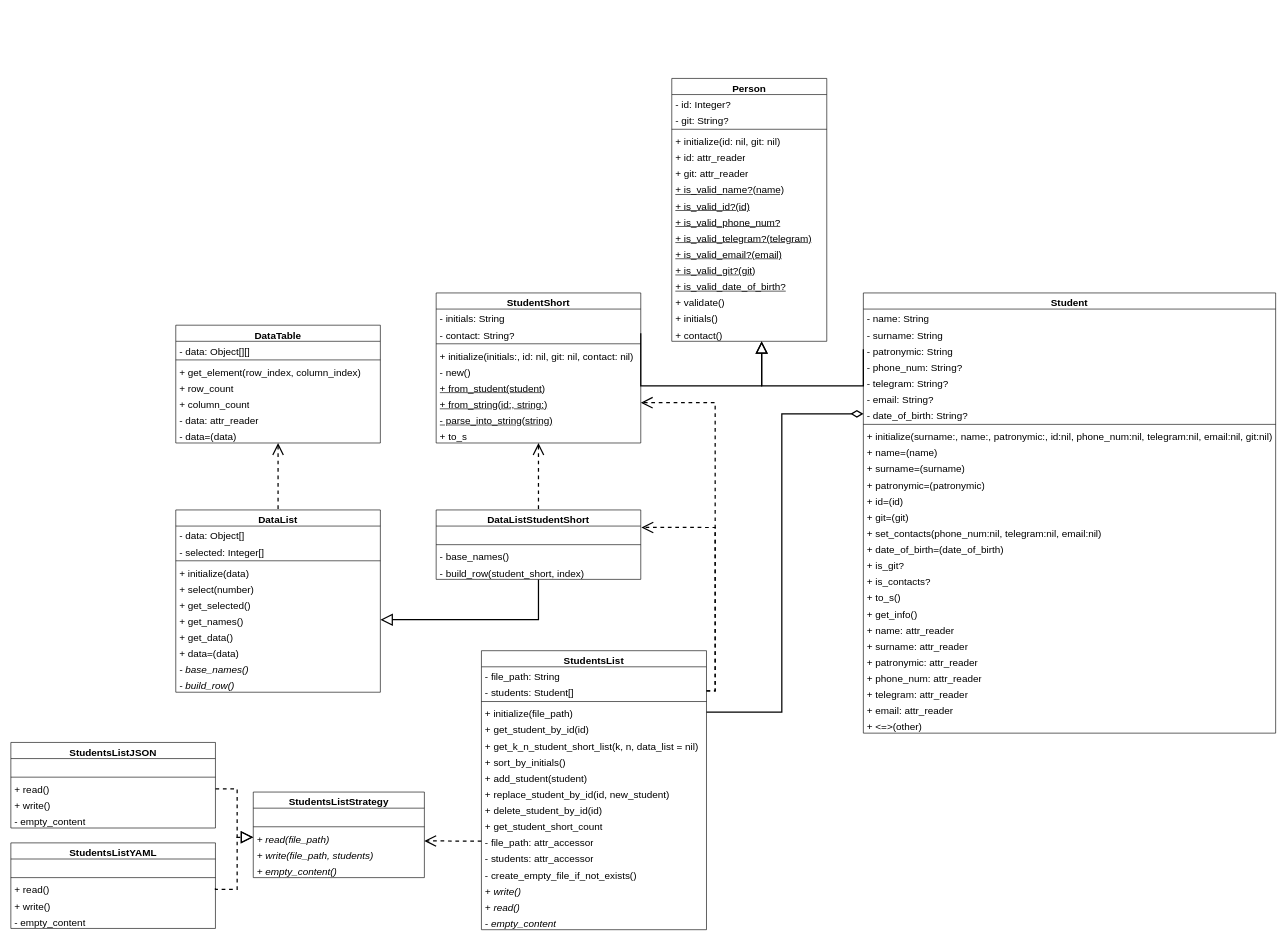
Before: Class Student/Media/Диаграмма классов.drawio in eatdetey/designPatterns, a draw.io diagram. Source tidied: cells renumbered, new cells numbered last; positions are measured from the earlier drawing's top-left corner, leaving out a move shared by most shapes. Both pictures are drawn from the tidied source at 62%, with x=0, y=0 at pixel (11, 78).
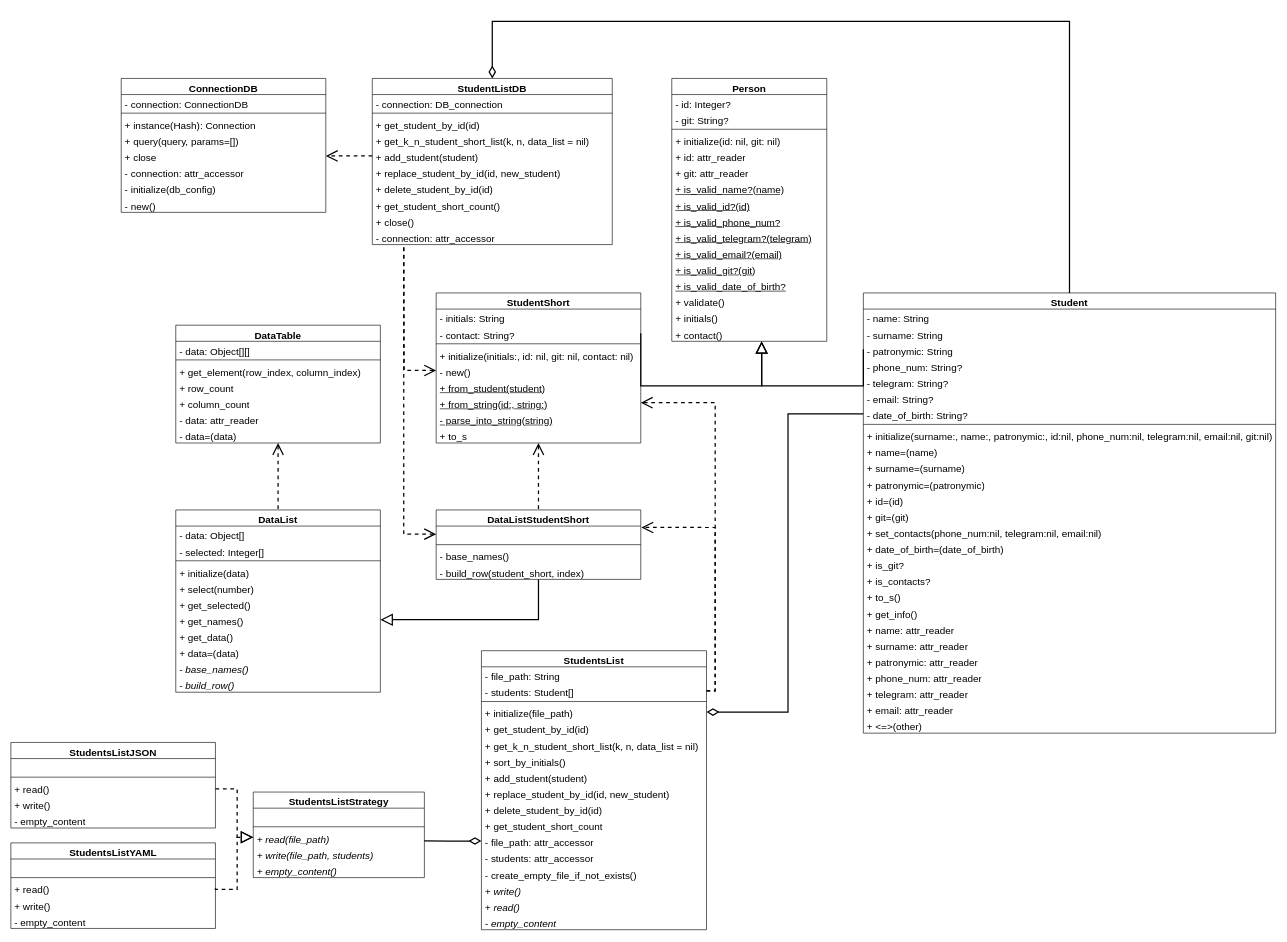
Above is the later version.

Unchanged cells that the change refers to:
```xml
<mxCell id="22" value="StudentShort" style="swimlane;fontStyle=1;align=center;verticalAlign=top;horizontal=1;startSize=26;whiteSpace=wrap;html=1;fontSize=16;" parent="1" vertex="1">
  <mxGeometry x="686" y="346" width="330" height="242" as="geometry" />
</mxCell>
<mxCell id="27" value="- new()" style="text;strokeColor=none;fillColor=none;align=left;verticalAlign=top;spacingLeft=4;spacingRight=4;overflow=hidden;points=[[0,0.5],[1,0.5]];portConstraint=eastwest;whiteSpace=wrap;html=1;fontSize=16;" parent="22" vertex="1">
  <mxGeometry y="112" width="330" height="26" as="geometry" />
</mxCell>
<mxCell id="32" value="Student" style="swimlane;fontStyle=1;align=center;verticalAlign=top;horizontal=1;startSize=26;whiteSpace=wrap;html=1;fontSize=16;" parent="1" vertex="1">
  <mxGeometry x="1375" y="346" width="665" height="710" as="geometry" />
</mxCell>
<mxCell id="39" value="- date_of_birth: String?" style="text;strokeColor=none;fillColor=none;align=left;verticalAlign=top;spacingLeft=4;spacingRight=4;overflow=hidden;points=[[0,0.5],[1,0.5]];portConstraint=eastwest;whiteSpace=wrap;html=1;fontSize=16;" parent="32" vertex="1">
  <mxGeometry y="182" width="665" height="26" as="geometry" />
</mxCell>
<mxCell id="62" value="&lt;div&gt;&lt;br&gt;&lt;/div&gt;&lt;div&gt;&lt;br&gt;&lt;/div&gt;" style="text;strokeColor=none;fillColor=none;align=left;verticalAlign=top;spacingLeft=4;spacingRight=4;overflow=hidden;points=[[0,0.5],[1,0.5]];portConstraint=eastwest;whiteSpace=wrap;html=1;fontSize=16;" parent="61" vertex="1">
  <mxGeometry y="26" width="330" height="26" as="geometry" />
</mxCell>
<mxCell id="91" value="+ initialize(file_path)" style="text;strokeColor=none;fillColor=none;align=left;verticalAlign=top;spacingLeft=4;spacingRight=4;overflow=hidden;points=[[0,0.5],[1,0.5]];portConstraint=eastwest;whiteSpace=wrap;html=1;fontSize=16;" parent="87" vertex="1">
  <mxGeometry y="86" width="363" height="26" as="geometry" />
</mxCell>
<mxCell id="99" value="- file_path: attr_accessor" style="text;strokeColor=none;fillColor=none;align=left;verticalAlign=top;spacingLeft=4;spacingRight=4;overflow=hidden;points=[[0,0.5],[1,0.5]];portConstraint=eastwest;whiteSpace=wrap;html=1;fontSize=16;" parent="87" vertex="1">
  <mxGeometry y="294" width="363" height="26" as="geometry" />
</mxCell>
<mxCell id="125" value="&lt;i&gt;+ read(file_path)&lt;/i&gt;" style="text;strokeColor=none;fillColor=none;align=left;verticalAlign=top;spacingLeft=4;spacingRight=4;overflow=hidden;points=[[0,0.5],[1,0.5]];portConstraint=eastwest;whiteSpace=wrap;html=1;fontSize=16;" parent="122" vertex="1">
  <mxGeometry y="60" width="276" height="26" as="geometry" />
</mxCell>
```

The edit, as a diff of the source:
```diff
@@
+    <mxCell id="129" style="edgeStyle=orthogonalEdgeStyle;rounded=0;jettySize=auto;html=1;exitX=0;exitY=0.5;exitDx=0;exitDy=0;dashed=1;strokeWidth=2;startArrow=open;startFill=0;endArrow=none;endFill=0;startSize=15;" parent="22" edge="1" source="27">
+      <mxGeometry relative="1" as="geometry">
+        <mxPoint x="-52.2" y="-76.5" as="targetPoint" />
+      </mxGeometry>
+    </mxCell>
@@
+    <mxCell id="130" style="edgeStyle=orthogonalEdgeStyle;rounded=0;jettySize=auto;html=1;exitX=0.5;exitY=0;exitDx=0;exitDy=0;entryX=0.5;entryY=0;entryDx=0;entryDy=0;strokeWidth=2;endArrow=diamondThin;endFill=0;endSize=15;" parent="1" edge="1" source="32" target="131">
+      <mxGeometry relative="1" as="geometry">
+        <Array as="points">
+          <mxPoint x="1708" y="-92" />
+          <mxPoint x="776" y="-92" />
+        </Array>
+      </mxGeometry>
+    </mxCell>
@@
-    <mxCell id="117" style="edgeStyle=orthogonalEdgeStyle;rounded=0;jettySize=auto;html=1;exitX=1;exitY=0.5;exitDx=0;exitDy=0;entryX=0;entryY=0.5;entryDx=0;entryDy=0;endArrow=diamondThin;endFill=0;endSize=15;strokeWidth=2;" parent="1" edge="1" source="91" target="39">
+    <mxCell id="117" style="edgeStyle=orthogonalEdgeStyle;rounded=0;jettySize=auto;html=1;exitX=1;exitY=0.5;exitDx=0;exitDy=0;entryX=0;entryY=0.5;entryDx=0;entryDy=0;endArrow=none;endFill=0;endSize=15;strokeWidth=2;startArrow=diamondThin;startFill=0;startSize=15;" parent="1" edge="1" source="91" target="39">
       <mxGeometry relative="1" as="geometry" />
     </mxCell>
@@
-    <mxCell id="128" style="edgeStyle=orthogonalEdgeStyle;rounded=0;jettySize=auto;html=1;entryX=0.999;entryY=0.724;entryDx=0;entryDy=0;entryPerimeter=0;dashed=1;strokeWidth=2;endArrow=open;endFill=0;endSize=15;" parent="1" edge="1" source="99" target="125">
+    <mxCell id="128" style="edgeStyle=orthogonalEdgeStyle;rounded=0;jettySize=auto;html=1;entryX=0.999;entryY=0.724;entryDx=0;entryDy=0;entryPerimeter=0;strokeWidth=2;endArrow=none;endFill=0;endSize=15;startArrow=diamondThin;startFill=0;startSize=15;" parent="1" edge="1" source="99" target="125">
       <mxGeometry relative="1" as="geometry" />
     </mxCell>
+    <mxCell id="131" value="StudentListDB" style="swimlane;fontStyle=1;align=center;verticalAlign=top;horizontal=1;startSize=26;whiteSpace=wrap;html=1;fontSize=16;" parent="1" vertex="1">
+      <mxGeometry x="583" width="387" height="268" as="geometry" />
+    </mxCell>
+    <mxCell id="132" value="&lt;div&gt;- connection: DB_connection&lt;/div&gt;" style="text;strokeColor=none;fillColor=none;align=left;verticalAlign=top;spacingLeft=4;spacingRight=4;overflow=hidden;whiteSpace=wrap;html=1;fontSize=16;" parent="131" vertex="1">
+      <mxGeometry y="26" width="387" height="26" as="geometry" />
+    </mxCell>
+    <mxCell id="133" style="line;strokeWidth=1;fillColor=none;align=left;verticalAlign=middle;spacingTop=-1;spacingLeft=3;spacingRight=3;labelPosition=right;strokeColor=inherit;" parent="131" vertex="1">
+      <mxGeometry y="52" width="387" height="8" as="geometry" />
+    </mxCell>
+    <mxCell id="134" value="+ get_student_by_id(id)" style="text;strokeColor=none;fillColor=none;align=left;verticalAlign=top;spacingLeft=4;spacingRight=4;overflow=hidden;whiteSpace=wrap;html=1;fontSize=16;" parent="131" vertex="1">
+      <mxGeometry y="60" width="387" height="26" as="geometry" />
+    </mxCell>
+    <mxCell id="135" value="+ get_k_n_student_short_list(k, n, data_list = nil)" style="text;strokeColor=none;fillColor=none;align=left;verticalAlign=top;spacingLeft=4;spacingRight=4;overflow=hidden;whiteSpace=wrap;html=1;fontSize=16;" parent="131" vertex="1">
+      <mxGeometry y="86" width="387" height="26" as="geometry" />
+    </mxCell>
+    <mxCell id="136" value="+ add_student(student)" style="text;strokeColor=none;fillColor=none;align=left;verticalAlign=top;spacingLeft=4;spacingRight=4;overflow=hidden;points=[[0,0.5],[1,0.5]];portConstraint=eastwest;whiteSpace=wrap;html=1;fontSize=16;" parent="131" vertex="1">
+      <mxGeometry y="112" width="387" height="26" as="geometry" />
+    </mxCell>
+    <mxCell id="137" value="+&amp;nbsp;replace_student_by_id(id, new_student)" style="text;strokeColor=none;fillColor=none;align=left;verticalAlign=top;spacingLeft=4;spacingRight=4;overflow=hidden;whiteSpace=wrap;html=1;fontSize=16;" parent="131" vertex="1">
+      <mxGeometry y="138" width="387" height="26" as="geometry" />
+    </mxCell>
+    <mxCell id="138" value="+&amp;nbsp;delete_student_by_id(id)" style="text;strokeColor=none;fillColor=none;align=left;verticalAlign=top;spacingLeft=4;spacingRight=4;overflow=hidden;whiteSpace=wrap;html=1;fontSize=16;" parent="131" vertex="1">
+      <mxGeometry y="164" width="387" height="26" as="geometry" />
+    </mxCell>
+    <mxCell id="139" value="+ get_student_short_count()" style="text;strokeColor=none;fillColor=none;align=left;verticalAlign=top;spacingLeft=4;spacingRight=4;overflow=hidden;whiteSpace=wrap;html=1;fontSize=16;" parent="131" vertex="1">
+      <mxGeometry y="190" width="387" height="26" as="geometry" />
+    </mxCell>
+    <mxCell id="140" value="+&amp;nbsp;close()" style="text;strokeColor=none;fillColor=none;align=left;verticalAlign=top;spacingLeft=4;spacingRight=4;overflow=hidden;whiteSpace=wrap;html=1;fontSize=16;" parent="131" vertex="1">
+      <mxGeometry y="216" width="387" height="26" as="geometry" />
+    </mxCell>
+    <mxCell id="141" value="-&amp;nbsp;connection: attr_accessor" style="text;strokeColor=none;fillColor=none;align=left;verticalAlign=top;spacingLeft=4;spacingRight=4;overflow=hidden;points=[[0,0.5],[1,0.5]];portConstraint=eastwest;whiteSpace=wrap;html=1;fontSize=16;" parent="131" vertex="1">
+      <mxGeometry y="242" width="387" height="26" as="geometry" />
+    </mxCell>
+    <mxCell id="142" value="ConnectionDB" style="swimlane;fontStyle=1;align=center;verticalAlign=top;horizontal=1;startSize=26;whiteSpace=wrap;html=1;fontSize=16;" parent="1" vertex="1">
+      <mxGeometry x="178" width="330" height="216" as="geometry" />
+    </mxCell>
+    <mxCell id="143" value="&lt;div&gt;- connection: ConnectionDB&lt;/div&gt;" style="text;strokeColor=none;fillColor=none;align=left;verticalAlign=top;spacingLeft=4;spacingRight=4;overflow=hidden;whiteSpace=wrap;html=1;fontSize=16;" parent="142" vertex="1">
+      <mxGeometry y="26" width="330" height="26" as="geometry" />
+    </mxCell>
+    <mxCell id="144" style="line;strokeWidth=1;fillColor=none;align=left;verticalAlign=middle;spacingTop=-1;spacingLeft=3;spacingRight=3;labelPosition=right;strokeColor=inherit;" parent="142" vertex="1">
+      <mxGeometry y="52" width="330" height="8" as="geometry" />
+    </mxCell>
+    <mxCell id="145" value="+ instance(Hash): Connection" style="text;strokeColor=none;fillColor=none;align=left;verticalAlign=top;spacingLeft=4;spacingRight=4;overflow=hidden;whiteSpace=wrap;html=1;fontSize=16;" parent="142" vertex="1">
+      <mxGeometry y="60" width="330" height="26" as="geometry" />
+    </mxCell>
+    <mxCell id="146" value="+ query(query, params=[])" style="text;strokeColor=none;fillColor=none;align=left;verticalAlign=top;spacingLeft=4;spacingRight=4;overflow=hidden;whiteSpace=wrap;html=1;fontSize=16;" parent="142" vertex="1">
+      <mxGeometry y="86" width="330" height="26" as="geometry" />
+    </mxCell>
+    <mxCell id="147" value="+ close" style="text;strokeColor=none;fillColor=none;align=left;verticalAlign=top;spacingLeft=4;spacingRight=4;overflow=hidden;points=[[0,0.5],[1,0.5]];portConstraint=eastwest;whiteSpace=wrap;html=1;fontSize=16;" parent="142" vertex="1">
+      <mxGeometry y="112" width="330" height="26" as="geometry" />
+    </mxCell>
+    <mxCell id="148" value="-&amp;nbsp;connection: attr_accessor" style="text;strokeColor=none;fillColor=none;align=left;verticalAlign=top;spacingLeft=4;spacingRight=4;overflow=hidden;whiteSpace=wrap;html=1;fontSize=16;" parent="142" vertex="1">
+      <mxGeometry y="138" width="330" height="26" as="geometry" />
+    </mxCell>
+    <mxCell id="149" value="- initialize(db_config)" style="text;strokeColor=none;fillColor=none;align=left;verticalAlign=top;spacingLeft=4;spacingRight=4;overflow=hidden;whiteSpace=wrap;html=1;fontSize=16;" parent="142" vertex="1">
+      <mxGeometry y="164" width="330" height="26" as="geometry" />
+    </mxCell>
+    <mxCell id="150" value="- new()" style="text;strokeColor=none;fillColor=none;align=left;verticalAlign=top;spacingLeft=4;spacingRight=4;overflow=hidden;whiteSpace=wrap;html=1;fontSize=16;" parent="142" vertex="1">
+      <mxGeometry y="190" width="330" height="26" as="geometry" />
+    </mxCell>
+    <mxCell id="151" style="edgeStyle=orthogonalEdgeStyle;rounded=0;jettySize=auto;html=1;exitX=0;exitY=0.5;exitDx=0;exitDy=0;entryX=1;entryY=0.5;entryDx=0;entryDy=0;dashed=1;strokeWidth=2;endArrow=open;endFill=0;endSize=15;" parent="1" edge="1" source="136" target="147">
+      <mxGeometry relative="1" as="geometry" />
+    </mxCell>
+    <mxCell id="152" style="edgeStyle=orthogonalEdgeStyle;rounded=0;jettySize=auto;html=1;exitX=0;exitY=0.5;exitDx=0;exitDy=0;entryX=0.131;entryY=1;entryDx=0;entryDy=0;entryPerimeter=0;dashed=1;strokeWidth=2;startArrow=open;startFill=0;endArrow=none;endFill=0;endSize=6;startSize=15;" parent="1" edge="1" source="62" target="141">
+      <mxGeometry relative="1" as="geometry" />
+    </mxCell>
```
